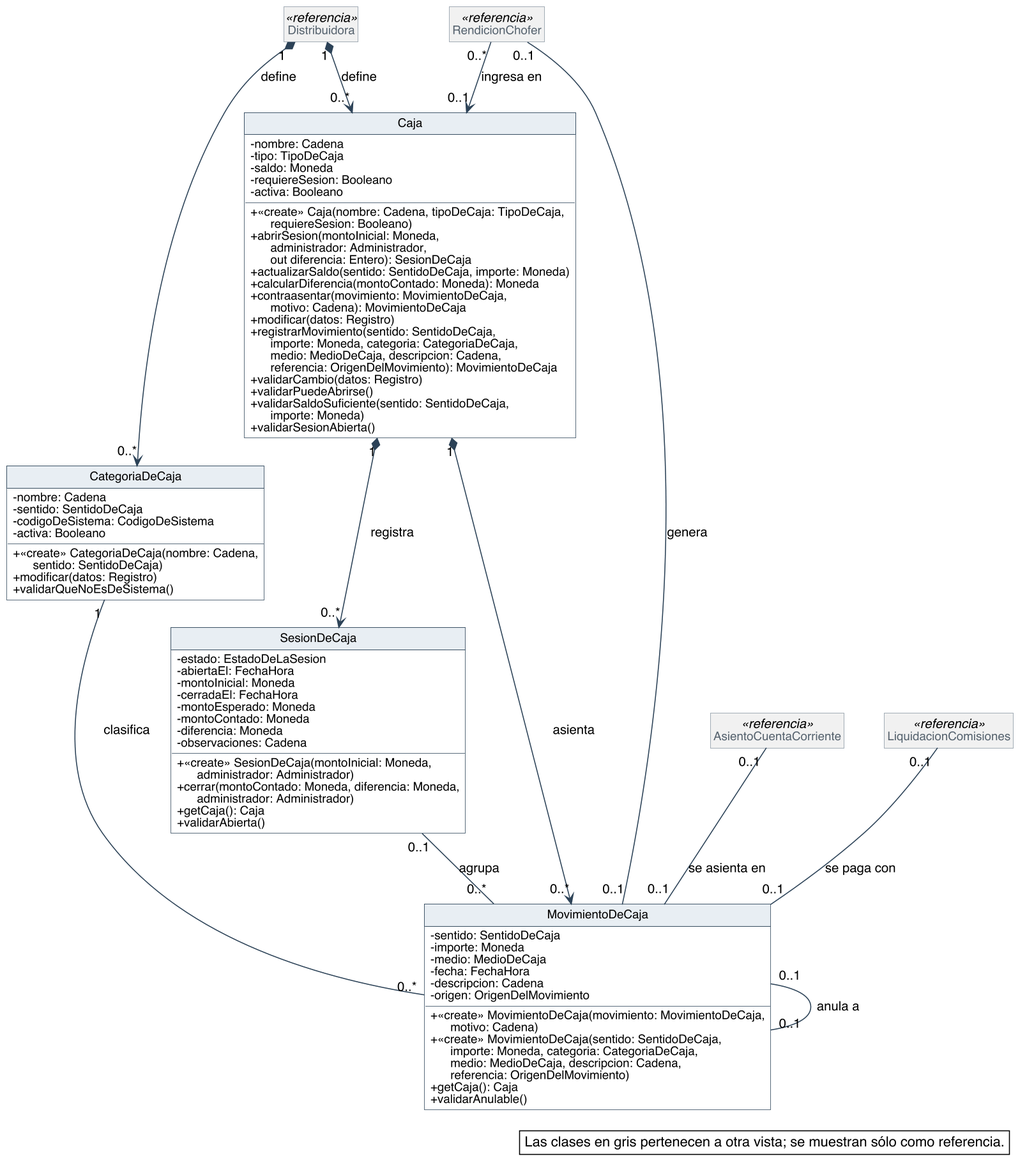
Earlier version of the PlantUML export diagramas/clases-diseno/DC_Caja.png (Nahuelito-Dev/splg-docs).
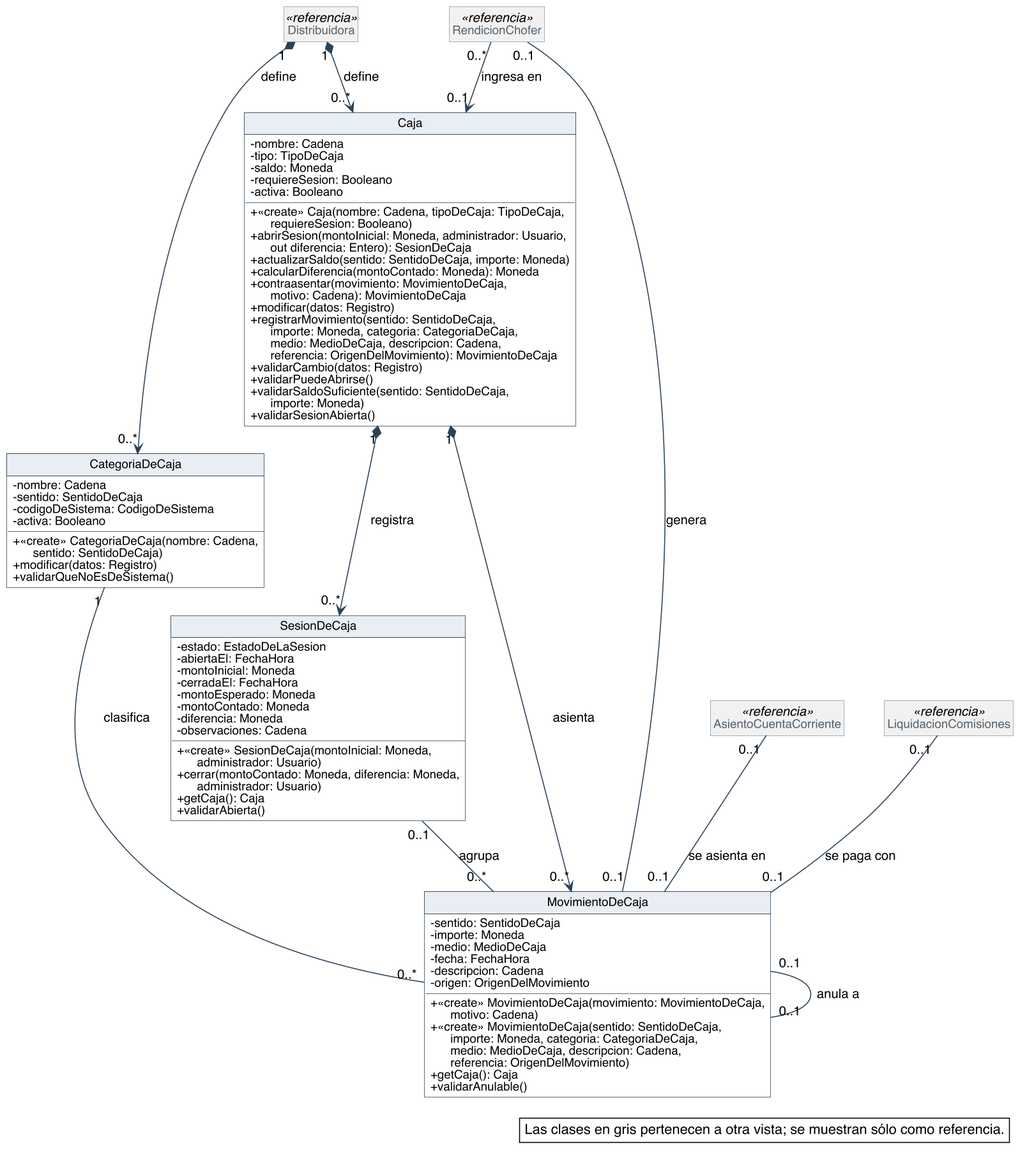
After the change.

Diff of the diagram source:
```diff
@@ -64,7 +64,7 @@
   - requiereSesion: Booleano
   - activa: Booleano
   + «create» Caja(nombre: Cadena, tipoDeCaja: TipoDeCaja,\n      requiereSesion: Booleano)
-  + abrirSesion(montoInicial: Moneda,\n      administrador: Administrador,\n      out diferencia: Entero): SesionDeCaja
+  + abrirSesion(montoInicial: Moneda, administrador: Usuario,\n      out diferencia: Entero): SesionDeCaja
   + actualizarSaldo(sentido: SentidoDeCaja, importe: Moneda)
   + calcularDiferencia(montoContado: Moneda): Moneda
   + contraasentar(movimiento: MovimientoDeCaja,\n      motivo: Cadena): MovimientoDeCaja
@@ -84,8 +84,8 @@
   - montoContado: Moneda
   - diferencia: Moneda
   - observaciones: Cadena
-  + «create» SesionDeCaja(montoInicial: Moneda,\n      administrador: Administrador)
-  + cerrar(montoContado: Moneda, diferencia: Moneda,\n      administrador: Administrador)
+  + «create» SesionDeCaja(montoInicial: Moneda,\n      administrador: Usuario)
+  + cerrar(montoContado: Moneda, diferencia: Moneda,\n      administrador: Usuario)
   + getCaja(): Caja
   + validarAbierta()
 }
```
